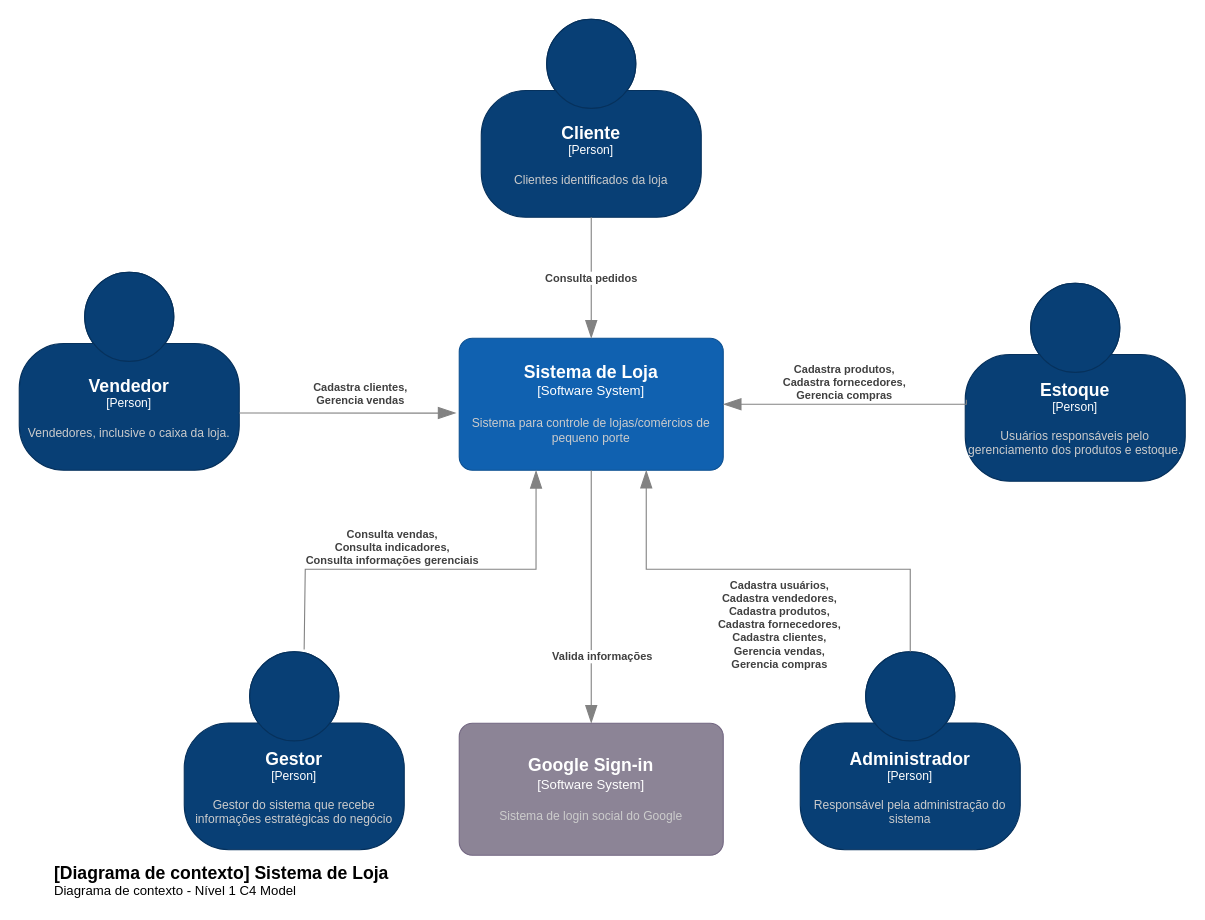
Above: page "Nível 1 - Contexto" (1 of 4) of projeto/documentacao/C4Model.drawio in adjamirgalvao/pucminas (draw.io), before the change. Source tidied: cells renumbered, new cells numbered last; positions are measured from the earlier drawing's top-left corner, leaving out a move shared by most shapes. Both pictures are drawn from the tidied source at 110%, with x=0, y=0 at pixel (19, 19).
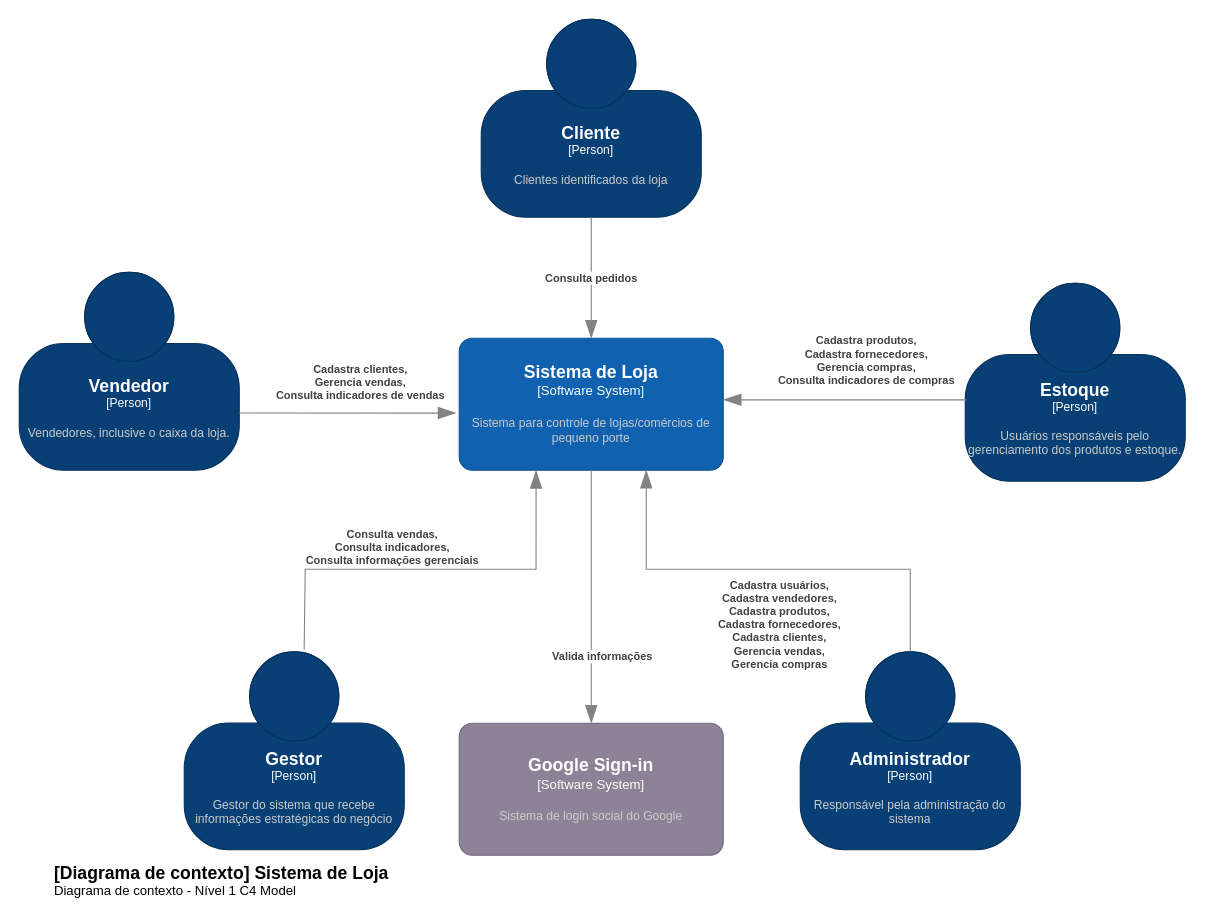
After the change.

Unchanged cells that the change refers to:
```xml
<object id="3" label="&lt;font style=&quot;font-size: 16px&quot;&gt;&lt;b&gt;%c4Name%&lt;/b&gt;&lt;/font&gt;&lt;div&gt;[%c4Type%]&lt;/div&gt;&lt;br&gt;&lt;div&gt;&lt;font style=&quot;font-size: 11px&quot;&gt;&lt;font color=&quot;#cccccc&quot;&gt;%c4Description%&lt;/font&gt;&lt;/div&gt;" c4Description="Sistema para controle de lojas/comércios de pequeno porte" c4Name="Sistema de Loja" c4Type="Software System" placeholders="1">
  <mxCell style="rounded=1;whiteSpace=wrap;html=1;labelBackgroundColor=none;fillColor=#1061B0;fontColor=#ffffff;align=center;arcSize=10;strokeColor=#0D5091;points=[[0.25,0,0],[0.5,0,0],[0.75,0,0],[1,0.25,0],[1,0.5,0],[1,0.75,0],[0.75,1,0],[0.5,1,0],[0.25,1,0],[0,0.75,0],[0,0.5,0],[0,0.25,0]];" parent="1" vertex="1">
    <mxGeometry x="400" y="290" width="240" height="120" as="geometry" />
  </mxCell>
</object>
<object id="4" label="&lt;font style=&quot;font-size: 16px&quot;&gt;&lt;b&gt;%c4Name%&lt;/b&gt;&lt;/font&gt;&lt;div&gt;[%c4Type%]&lt;/div&gt;&lt;br&gt;&lt;div&gt;&lt;font style=&quot;font-size: 11px&quot;&gt;&lt;font color=&quot;#cccccc&quot;&gt;%c4Description%&lt;/font&gt;&lt;/div&gt;" c4Description="Usuários responsáveis pelo gerenciamento dos produtos e estoque." c4Name="Estoque" c4Type="Person" placeholders="1">
  <mxCell style="html=1;fontSize=11;dashed=0;whiteSpace=wrap;fillColor=#083F75;strokeColor=#06315C;fontColor=#ffffff;shape=mxgraph.c4.person2;align=center;points=[[0.5,0,0],[1,0.5,0],[1,0.75,0],[0.75,1,0],[0.5,1,0],[0.25,1,0],[0,0.75,0],[0,0.5,0]];" parent="1" vertex="1">
    <mxGeometry x="860" y="240" width="200" height="180" as="geometry" />
  </mxCell>
</object>
```

The edit, as a diff of the source:
```diff
@@
-    <object id="5" label="&lt;div style=&quot;text-align: left&quot;&gt;&lt;div style=&quot;text-align: center&quot;&gt;&lt;b&gt;%c4Description%&lt;/b&gt;&lt;/div&gt;" c4Description="Cadastra produtos, &#10;Cadastra fornecedores, &#10;Gerencia compras" placeholders="1">
+    <object id="5" label="&lt;div style=&quot;text-align: left&quot;&gt;&lt;div style=&quot;text-align: center&quot;&gt;&lt;b&gt;%c4Description%&lt;/b&gt;&lt;/div&gt;" c4Description="Cadastra produtos, &#10;Cadastra fornecedores, &#10;Gerencia compras,&#10;Consulta indicadores de compras" placeholders="1">
       <mxCell style="endArrow=blockThin;html=1;fontSize=10;fontColor=#404040;strokeWidth=1;endFill=1;strokeColor=#828282;elbow=vertical;endSize=14;startSize=14;jumpStyle=arc;jumpSize=16;rounded=0;edgeStyle=orthogonalEdgeStyle;exitX=0.005;exitY=0.589;exitDx=0;exitDy=0;exitPerimeter=0;" parent="1" edge="1" source="4" target="3">
-        <mxGeometry x="0.02" y="-20" relative="1" as="geometry">
+        <mxGeometry x="-0.18" y="-36" relative="1" as="geometry">
           <Array as="points">
-            <mxPoint x="861" y="350" />
+            <mxPoint x="860" y="346" />
+            <mxPoint x="860" y="346" />
           </Array>
         </mxGeometry>
       </mxCell>
     </object>
@@
-    <object id="7" label="&lt;div style=&quot;text-align: left&quot;&gt;&lt;div style=&quot;text-align: center&quot;&gt;&lt;b&gt;%c4Description%&lt;/b&gt;&lt;/div&gt;" c4Description="Cadastra clientes,&#10;Gerencia vendas" placeholders="1">
+    <object id="7" label="&lt;div style=&quot;text-align: left&quot;&gt;&lt;div style=&quot;text-align: center&quot;&gt;&lt;b&gt;%c4Description%&lt;/b&gt;&lt;/div&gt;" c4Description="Cadastra clientes,&#10;Gerencia vendas, &#10;Consulta indicadores de vendas" placeholders="1">
       <mxCell style="endArrow=blockThin;html=1;fontSize=10;fontColor=#404040;strokeWidth=1;endFill=1;strokeColor=#828282;elbow=vertical;endSize=14;startSize=14;jumpStyle=arc;jumpSize=16;rounded=0;edgeStyle=orthogonalEdgeStyle;entryX=-0.012;entryY=0.567;entryDx=0;entryDy=0;entryPerimeter=0;" parent="1" edge="1" target="3">
-        <mxGeometry x="0.12" y="18" relative="1" as="geometry">
+        <mxGeometry x="0.12" y="28" relative="1" as="geometry">
           <mxPoint x="200" y="358" as="sourcePoint" />
           <Array as="points">
             <mxPoint x="203" y="358" />
           </Array>
         </mxGeometry>
       </mxCell>
     </object>
```
